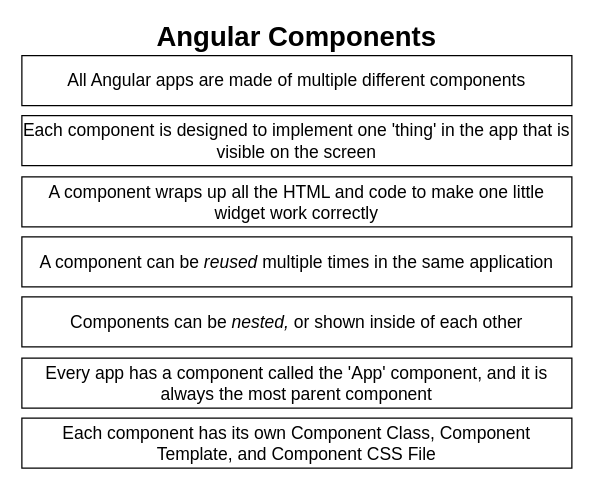
Before: page "13 - comp" (10 of 27) of diagrams/cards/diagrams.drawio in StephenGrider/ng-casts, a draw.io diagram. Source tidied: cells renumbered, new cells numbered last; positions are measured from the earlier drawing's top-left corner, leaving out a move shared by most shapes. Both pictures are drawn from the tidied source at 125%, with x=0, y=0 at pixel (21, 25).
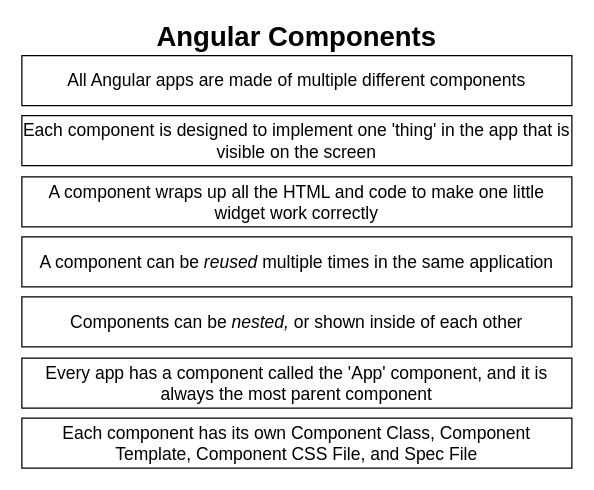
After the change.

Diff of the diagram source:
```diff
@@
 <mxGraphModel>
   <root>
     <mxCell id="0" />
     <mxCell id="1" parent="0" />
     <mxCell id="2" value="Angular Components" style="text;html=1;strokeColor=none;fillColor=none;align=center;verticalAlign=middle;whiteSpace=wrap;rounded=0;shadow=0;fontSize=22;fontStyle=1;" parent="1" vertex="1">
       <mxGeometry x="60" width="320" height="20" as="geometry" />
     </mxCell>
     <mxCell id="3" value="All Angular apps are made of multiple different components" style="rounded=0;whiteSpace=wrap;html=1;shadow=0;fontSize=14;align=center;" parent="1" vertex="1">
       <mxGeometry y="24" width="440" height="40" as="geometry" />
     </mxCell>
     <mxCell id="4" value="Each component is designed to implement one 'thing' in the app that is visible on the screen" style="rounded=0;whiteSpace=wrap;html=1;shadow=0;fontSize=14;align=center;" parent="1" vertex="1">
       <mxGeometry y="72" width="440" height="40" as="geometry" />
     </mxCell>
-    <mxCell id="5" value="Each component has its own Component Class, Component Template, and Component CSS File" style="rounded=0;whiteSpace=wrap;html=1;shadow=0;fontSize=14;align=center;" parent="1" vertex="1">
+    <mxCell id="5" value="Each component has its own Component Class, Component Template, Component CSS File, and Spec File" style="rounded=0;whiteSpace=wrap;html=1;shadow=0;fontSize=14;align=center;" parent="1" vertex="1">
       <mxGeometry y="314" width="440" height="40" as="geometry" />
     </mxCell>
     <mxCell id="6" value="Components can be &lt;i&gt;nested, &lt;/i&gt;or shown inside of each other" style="rounded=0;whiteSpace=wrap;html=1;shadow=0;fontSize=14;align=center;" parent="1" vertex="1">
       <mxGeometry y="217" width="440" height="40" as="geometry" />
     </mxCell>
     <mxCell id="7" value="Every app has a component called the 'App' component, and it is always the most parent component" style="rounded=0;whiteSpace=wrap;html=1;shadow=0;fontSize=14;align=center;" parent="1" vertex="1">
       <mxGeometry y="266" width="440" height="40" as="geometry" />
     </mxCell>
     <mxCell id="8" value="A component wraps up all the HTML and code to make one little widget work correctly" style="rounded=0;whiteSpace=wrap;html=1;shadow=0;fontSize=14;align=center;" parent="1" vertex="1">
       <mxGeometry y="121" width="440" height="40" as="geometry" />
     </mxCell>
     <mxCell id="9" value="A component can be &lt;i&gt;reused&lt;/i&gt;&amp;nbsp;multiple times in the same application" style="rounded=0;whiteSpace=wrap;html=1;shadow=0;fontSize=14;align=center;" parent="1" vertex="1">
       <mxGeometry y="169" width="440" height="40" as="geometry" />
     </mxCell>
   </root>
 </mxGraphModel>
```
